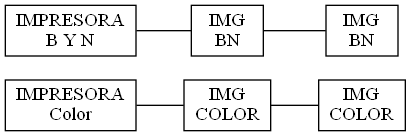
The Graphviz diagram Fase1/colaImpresoras.png in d-acetun/simulacion-sistema-impresion-de-imagenes, before a commit. Its source is kept beside it as Fase1/colaImpresoras.dot.
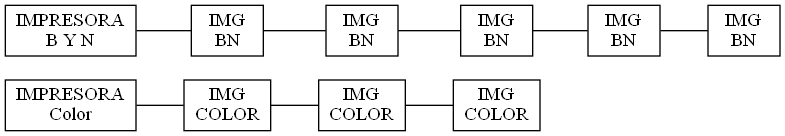
After the commit.

Change to the diagram source:
```diff
@@ -4,13 +4,21 @@
 0 [label="IMPRESORA\nColor"]
 1 [label="IMG\nCOLOR"]
 2 [label="IMG\nCOLOR"]
-3 [label="IMPRESORA\nB Y N"]
-4 [label="IMG\nBN"]
+3 [label="IMG\nCOLOR"]
+4 [label="IMPRESORA\nB Y N"]
 5 [label="IMG\nBN"]
+6 [label="IMG\nBN"]
+7 [label="IMG\nBN"]
+8 [label="IMG\nBN"]
+9 [label="IMG\nBN"]
 0->1
 1->2
-3->4
+2->3
 4->5
-{rank=same; 0; 3}
+5->6
+6->7
+7->8
+8->9
+{rank=same; 0; 4}
 rankdir=LR
 }
```
